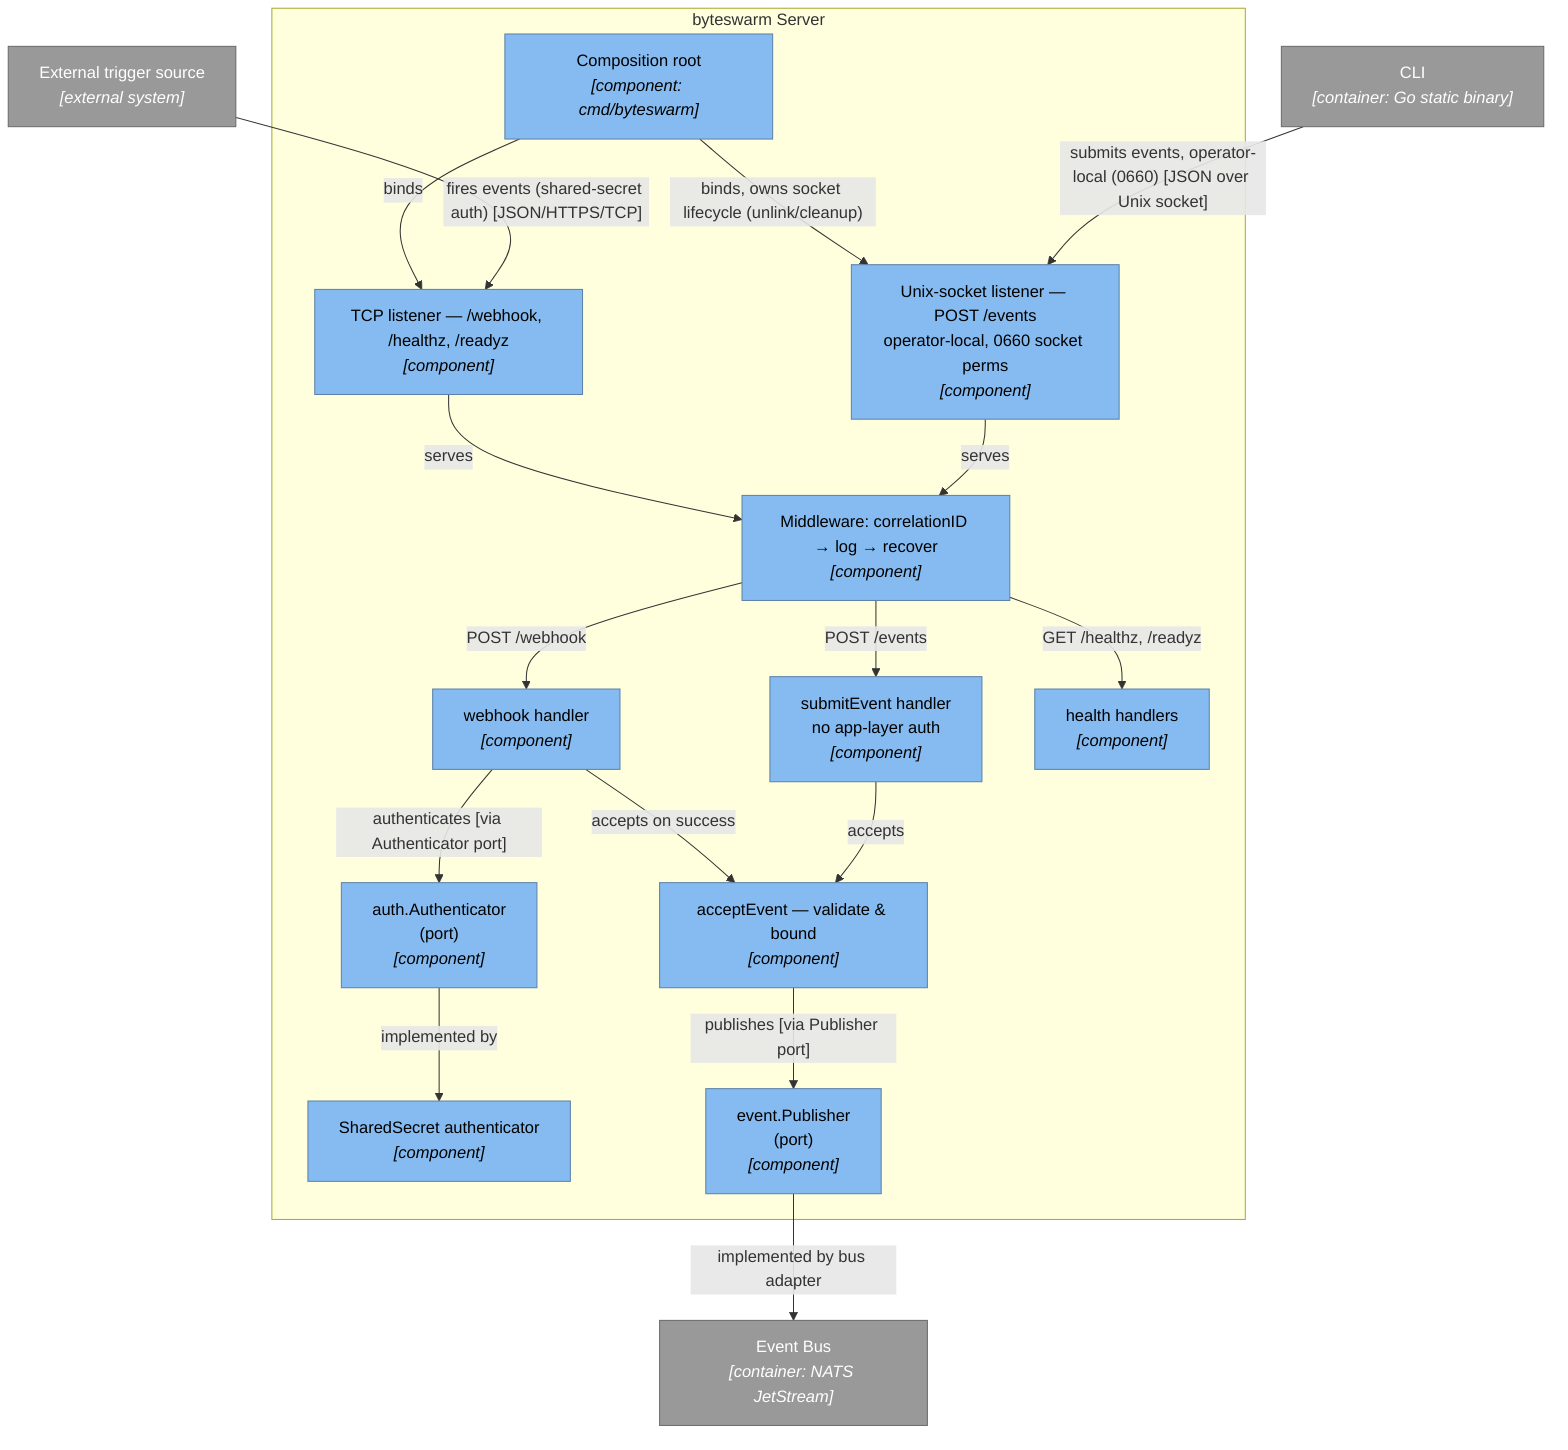
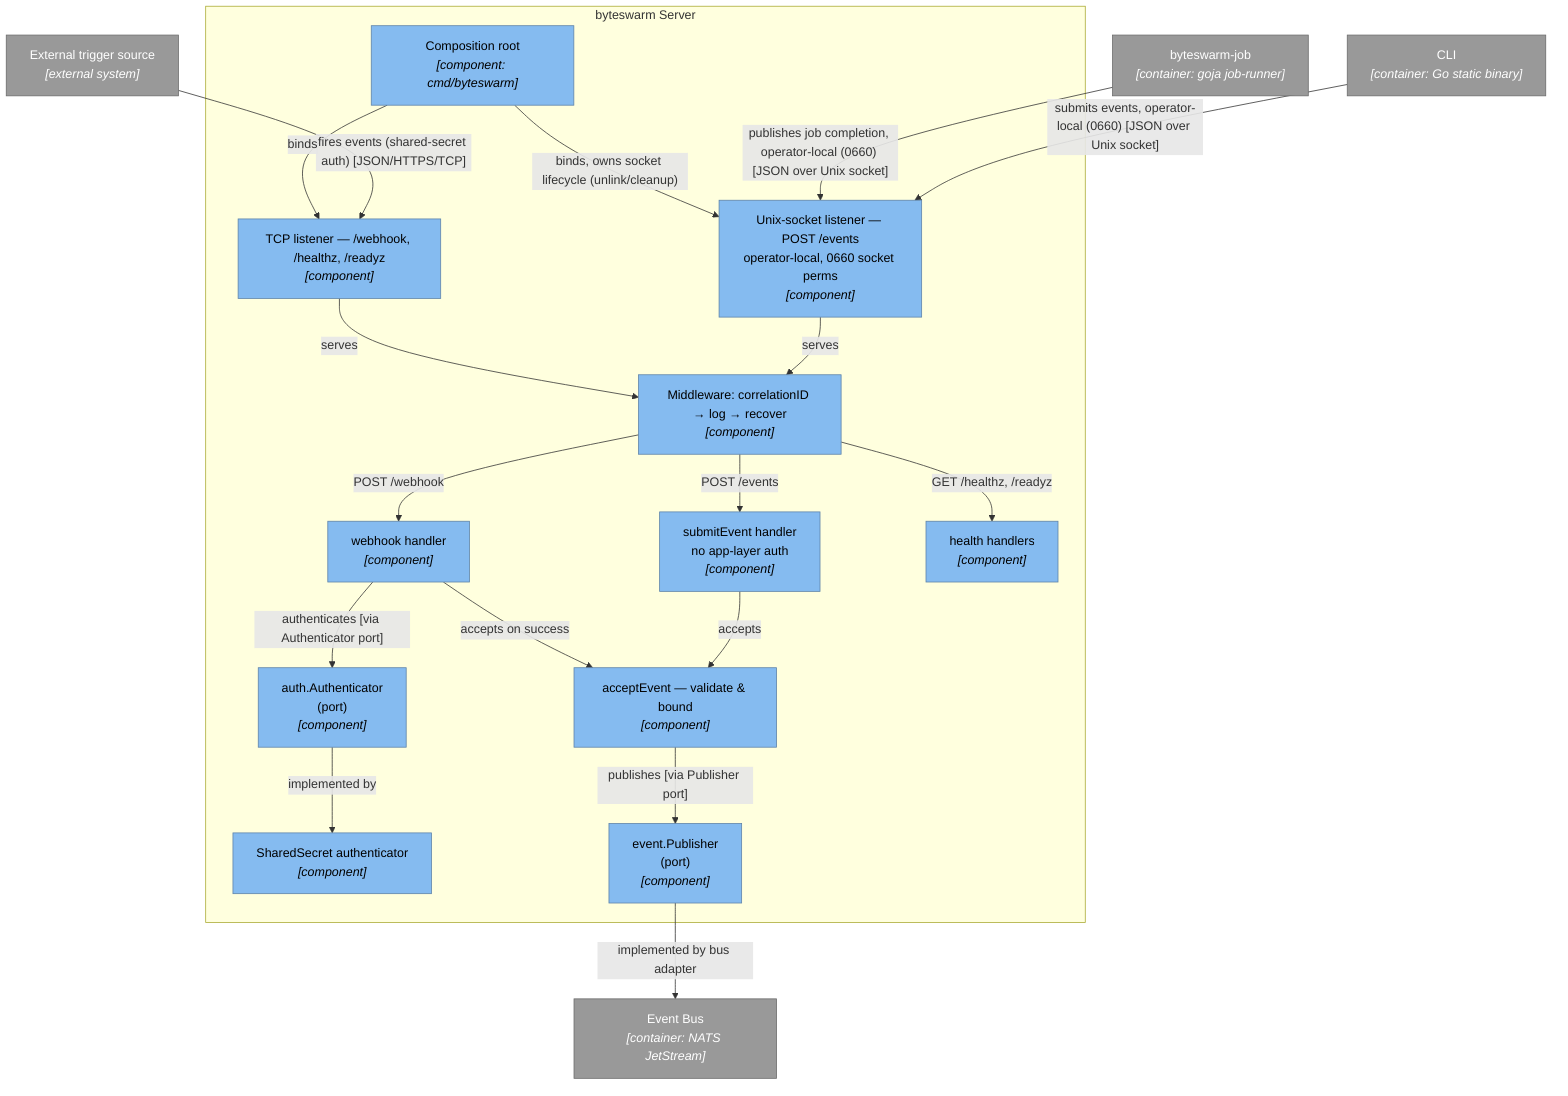
%% C4 L3 — Component diagram for byteswarm Server
%% Source of truth: docs/adr/ — regenerate via /generate-component-l3, do not hand-edit
%% Generated: 2026-07-12
%% Reflects ADR-0011 (refactor-0004): split ingress — /events over a Unix domain
%% socket, /webhook + health over TCP. Target design; code migration in progress
%% on branch refactor/0004-events-uds.
flowchart TB
    cli["CLI<br/><i>[container: Go static binary]</i>"]
+     job["byteswarm-job<br/><i>[container: goja job-runner]</i>"]
    trigger["External trigger source<br/><i>[external system]</i>"]
    bus["Event Bus<br/><i>[container: NATS JetStream]</i>"]

    subgraph srv [byteswarm Server]
        root["Composition root<br/><i>[component: cmd/byteswarm]</i>"]
        udsL["Unix-socket listener — POST /events<br/>operator-local, 0660 socket perms<br/><i>[component]</i>"]
        tcpL["TCP listener — /webhook, /healthz, /readyz<br/><i>[component]</i>"]
        mw["Middleware: correlationID &rarr; log &rarr; recover<br/><i>[component]</i>"]
        evH["submitEvent handler<br/>no app-layer auth<br/><i>[component]</i>"]
        whH["webhook handler<br/><i>[component]</i>"]
        hH["health handlers<br/><i>[component]</i>"]
        accept["acceptEvent — validate &amp; bound<br/><i>[component]</i>"]
        authPort["auth.Authenticator<br/>(port)<br/><i>[component]</i>"]
        secret["SharedSecret authenticator<br/><i>[component]</i>"]
        pubPort["event.Publisher<br/>(port)<br/><i>[component]</i>"]
    end

    cli -->|"submits events, operator-local (0660) [JSON over Unix socket]"| udsL
+     job -->|"publishes job completion, operator-local (0660) [JSON over Unix socket]"| udsL
    trigger -->|"fires events (shared-secret auth) [JSON/HTTPS/TCP]"| tcpL
    root -->|"binds, owns socket lifecycle (unlink/cleanup)"| udsL
    root -->|"binds"| tcpL
    udsL -->|"serves"| mw
    tcpL -->|"serves"| mw
    mw -->|"POST /events"| evH
    mw -->|"POST /webhook"| whH
    mw -->|"GET /healthz, /readyz"| hH
    whH -->|"authenticates [via Authenticator port]"| authPort
    authPort -->|"implemented by"| secret
    evH -->|"accepts"| accept
    whH -->|"accepts on success"| accept
    accept -->|"publishes [via Publisher port]"| pubPort
    pubPort -->|"implemented by bus adapter"| bus

    classDef person    fill:#08427b,stroke:#052e56,color:#ffffff
    classDef internal  fill:#1168bd,stroke:#0b4884,color:#ffffff
    classDef external  fill:#999999,stroke:#6b6b6b,color:#ffffff
    classDef datastore fill:#438dd5,stroke:#2e6295,color:#ffffff
    classDef component fill:#85bbf0,stroke:#5d82a8,color:#000000
-     class cli,trigger,bus external
+     class cli,job,trigger,bus external
    class root,udsL,tcpL,mw,evH,whH,hH,accept,authPort,secret,pubPort component
